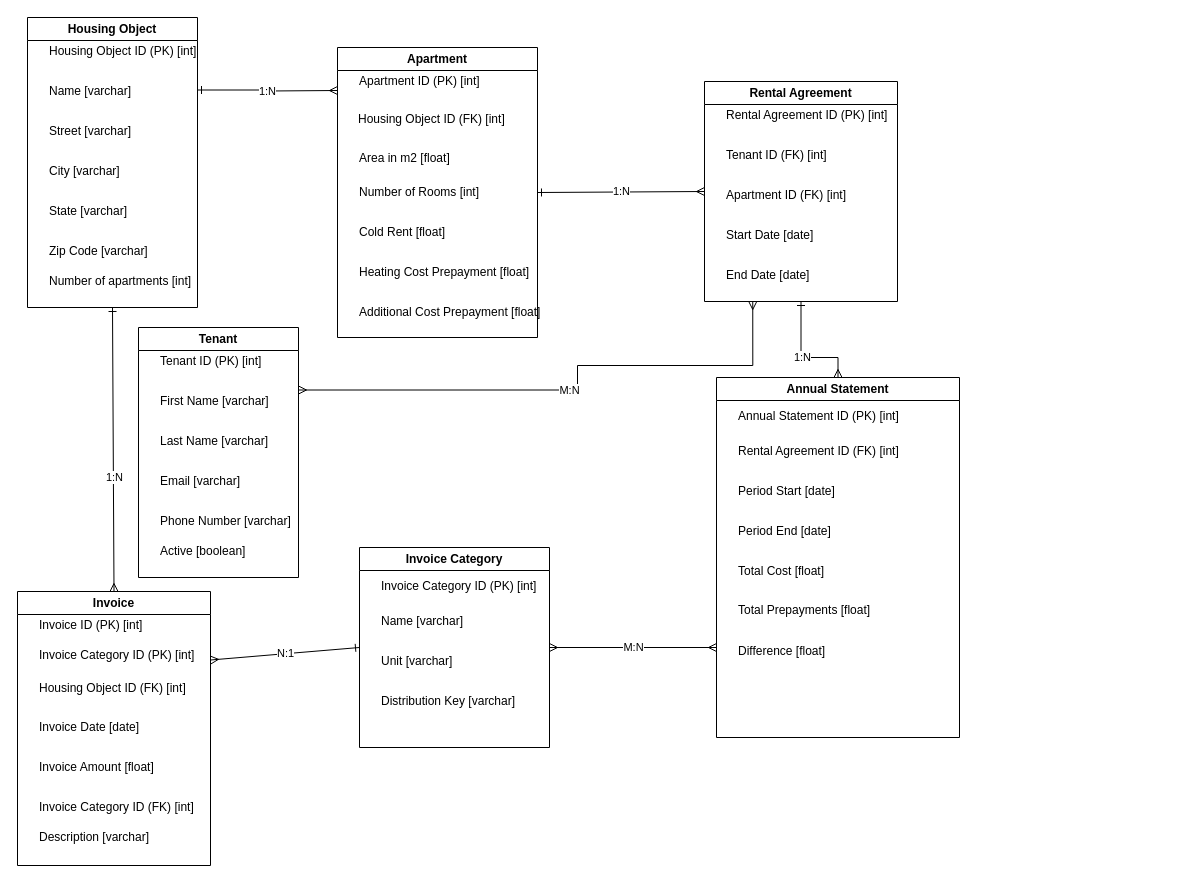
The draw.io diagram docs/ERM-Tenant-Management.drawio in Ainges/DPE-2024-Backend, before the edit. Source tidied: cells renumbered, new cells numbered last; positions are measured from the earlier drawing's top-left corner, leaving out a move shared by most shapes. Both pictures are drawn from the tidied source at 100%, with x=0, y=0 at pixel (17, 17).
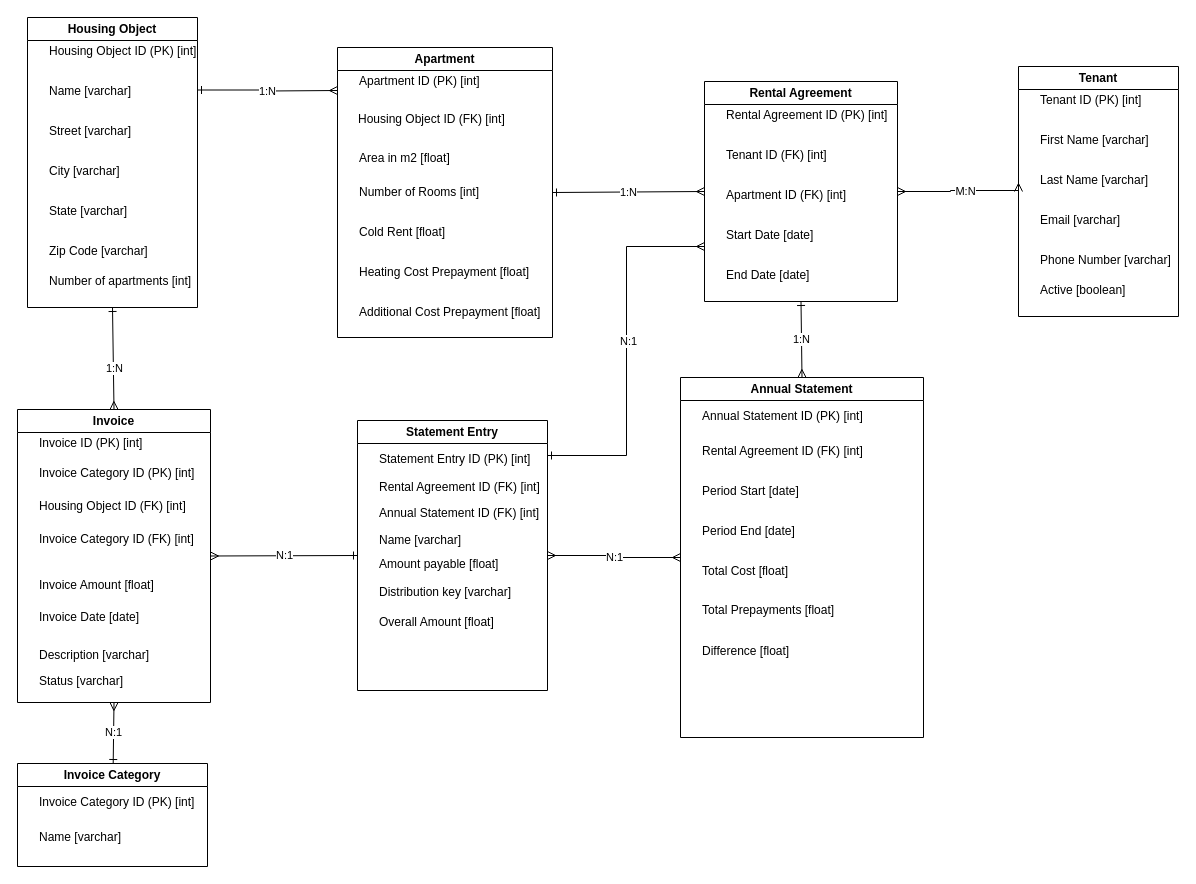
The same page after the edit.

Unchanged cells that the change refers to:
```xml
<mxCell id="25" value="Rental Agreement" style="swimlane;whiteSpace=wrap;html=1;" parent="1" vertex="1">
  <mxGeometry x="687" y="64" width="193" height="220" as="geometry" />
</mxCell>
```

Diff of the diagram source:
```diff
@@
     <mxCell id="2" value="Tenant" style="swimlane;whiteSpace=wrap;html=1;" parent="1" vertex="1">
-      <mxGeometry x="121" y="310" width="160" height="250" as="geometry" />
+      <mxGeometry x="1001" y="49" width="160" height="250" as="geometry" />
     </mxCell>
@@
     <mxCell id="17" value="Apartment" style="swimlane;whiteSpace=wrap;html=1;" parent="1" vertex="1">
-      <mxGeometry x="320" y="30" width="200" height="290" as="geometry" />
+      <mxGeometry x="320" y="30" width="215" height="290" as="geometry" />
     </mxCell>
@@
-    <mxCell id="31" value="N:1" style="edgeStyle=none;html=1;exitX=1;exitY=0.25;exitDx=0;exitDy=0;entryX=0;entryY=0.5;entryDx=0;entryDy=0;startArrow=ERmany;startFill=0;endArrow=ERone;endFill=0;" parent="1" edge="1" source="32" target="53">
+    <mxCell id="31" value="N:1" style="edgeStyle=none;html=1;exitX=1;exitY=0.5;exitDx=0;exitDy=0;entryX=0;entryY=0.5;entryDx=0;entryDy=0;startArrow=ERmany;startFill=0;endArrow=ERone;endFill=0;" parent="1" edge="1" source="32" target="53">
       <mxGeometry relative="1" as="geometry" />
     </mxCell>
     <mxCell id="32" value="Invoice" style="swimlane;whiteSpace=wrap;html=1;" parent="1" vertex="1">
-      <mxGeometry y="574" width="193" height="274" as="geometry" />
+      <mxGeometry y="392" width="193" height="293" as="geometry" />
     </mxCell>
@@
     <mxCell id="34" value="Invoice Date [date]" style="text;" parent="32" vertex="1">
-      <mxGeometry x="20" y="122" width="120" height="30" as="geometry" />
+      <mxGeometry x="20" y="194" width="120" height="30" as="geometry" />
     </mxCell>
@@
     <mxCell id="36" value="Invoice Category ID (FK) [int]" style="text;" parent="32" vertex="1">
-      <mxGeometry x="20" y="202" width="120" height="30" as="geometry" />
+      <mxGeometry x="20" y="116" width="120" height="30" as="geometry" />
     </mxCell>
@@
+    <mxCell id="60" value="Status [varchar]" style="text;" parent="32" vertex="1">
+      <mxGeometry x="20" y="258" width="120" height="30" as="geometry" />
+    </mxCell>
     <mxCell id="40" value="Annual Statement" style="swimlane;whiteSpace=wrap;html=1;" parent="1" vertex="1">
-      <mxGeometry x="699" y="360" width="243" height="360" as="geometry" />
+      <mxGeometry x="663" y="360" width="243" height="360" as="geometry" />
     </mxCell>
@@
-    <mxCell id="48" value="M:N" style="edgeStyle=orthogonalEdgeStyle;rounded=0;jettySize=auto;html=1;startArrow=ERmany;startFill=0;endArrow=ERmany;endFill=0;entryX=0.25;entryY=1;entryDx=0;entryDy=0;exitX=1;exitY=0.25;exitDx=0;exitDy=0;" parent="1" edge="1" source="2" target="25">
-      <mxGeometry relative="1" as="geometry">
+    <mxCell id="48" value="M:N" style="edgeStyle=orthogonalEdgeStyle;rounded=0;jettySize=auto;html=1;startArrow=ERmany;startFill=0;endArrow=ERmany;endFill=0;entryX=1;entryY=0.5;entryDx=0;entryDy=0;exitX=0;exitY=0.5;exitDx=0;exitDy=0;" parent="1" edge="1" source="2" target="25">
+      <mxGeometry x="-0.12" y="1" relative="1" as="geometry">
         <Array as="points">
-          <mxPoint x="560" y="373" />
-          <mxPoint x="560" y="348" />
-          <mxPoint x="735" y="348" />
+          <mxPoint x="1001" y="173" />
+          <mxPoint x="933" y="173" />
+          <mxPoint x="933" y="174" />
         </Array>
       </mxGeometry>
     </mxCell>
@@
     <mxCell id="50" value="1:N" style="edgeStyle=orthogonalEdgeStyle;rounded=0;jettySize=auto;html=1;exitX=0.5;exitY=1;exitDx=0;exitDy=0;startArrow=ERone;startFill=0;endArrow=ERmany;endFill=0;entryX=0.5;entryY=0;entryDx=0;entryDy=0;" parent="1" edge="1" source="25" target="40">
       <mxGeometry relative="1" as="geometry">
         <Array as="points">
-          <mxPoint x="784" y="340" />
-          <mxPoint x="820" y="340" />
+          <mxPoint x="784" y="360" />
         </Array>
       </mxGeometry>
     </mxCell>
@@
-    <mxCell id="52" value="M:N" style="edgeStyle=none;html=1;exitX=1;exitY=0.5;exitDx=0;exitDy=0;entryX=0;entryY=0.75;entryDx=0;entryDy=0;startArrow=ERmany;startFill=0;endArrow=ERmany;endFill=0;" parent="1" edge="1" source="53" target="40">
+    <mxCell id="52" value="N:1" style="edgeStyle=orthogonalEdgeStyle;html=1;exitX=1;exitY=0.5;exitDx=0;exitDy=0;entryX=0;entryY=0.5;entryDx=0;entryDy=0;startArrow=ERmany;startFill=0;endArrow=ERmany;endFill=0;rounded=0;" parent="1" edge="1" source="53" target="40">
       <mxGeometry relative="1" as="geometry" />
     </mxCell>
+    <mxCell id="61" style="edgeStyle=orthogonalEdgeStyle;html=1;entryX=0;entryY=0.75;entryDx=0;entryDy=0;startArrow=ERone;startFill=0;endArrow=ERmany;endFill=0;rounded=0;" parent="1" edge="1" source="53" target="25">
+      <mxGeometry relative="1" as="geometry">
+        <Array as="points">
+          <mxPoint x="609" y="438" />
+          <mxPoint x="609" y="229" />
+        </Array>
+      </mxGeometry>
+    </mxCell>
+    <mxCell id="62" value="N:1" style="edgeLabel;html=1;align=center;verticalAlign=middle;" parent="61" vertex="1">
+      <mxGeometry x="0.06" y="-1" relative="1" as="geometry" />
+    </mxCell>
-    <mxCell id="53" value="Invoice Category" style="swimlane;whiteSpace=wrap;html=1;" parent="1" vertex="1">
-      <mxGeometry x="342" y="530" width="190" height="200" as="geometry" />
+    <mxCell id="53" value="Statement Entry" style="swimlane;whiteSpace=wrap;html=1;" parent="1" vertex="1">
+      <mxGeometry x="340" y="403" width="190" height="270" as="geometry" />
     </mxCell>
-    <mxCell id="54" value="Invoice Category ID (PK) [int]" style="text;" parent="53" vertex="1">
+    <mxCell id="54" value="Statement Entry ID (PK) [int]" style="text;" parent="53" vertex="1">
       <mxGeometry x="20" y="25" width="120" height="30" as="geometry" />
     </mxCell>
     <mxCell id="55" value="Name [varchar]" style="text;" parent="53" vertex="1">
-      <mxGeometry x="20" y="60" width="120" height="30" as="geometry" />
+      <mxGeometry x="20" y="106" width="120" height="30" as="geometry" />
     </mxCell>
-    <mxCell id="56" value="Unit [varchar]" style="text;" parent="53" vertex="1">
-      <mxGeometry x="20" y="100" width="120" height="30" as="geometry" />
+    <mxCell id="56" value="Overall Amount [float]" style="text;" parent="53" vertex="1">
+      <mxGeometry x="20" y="188" width="120" height="30" as="geometry" />
     </mxCell>
-    <mxCell id="57" value="Distribution Key [varchar]" style="text;" parent="53" vertex="1">
-      <mxGeometry x="20" y="140" width="120" height="30" as="geometry" />
-    </mxCell>
+    <mxCell id="63" value="Rental Agreement ID (FK) [int]" style="text;" parent="53" vertex="1">
+      <mxGeometry x="20" y="53" width="120" height="30" as="geometry" />
+    </mxCell>
+    <mxCell id="64" value="Annual Statement ID (FK) [int]" style="text;" parent="53" vertex="1">
+      <mxGeometry x="20" y="79" width="120" height="30" as="geometry" />
+    </mxCell>
+    <mxCell id="65" value="Amount payable [float]" style="text;" parent="53" vertex="1">
+      <mxGeometry x="20" y="130" width="120" height="30" as="geometry" />
+    </mxCell>
+    <mxCell id="66" value="Distribution key [varchar]" style="text;" parent="53" vertex="1">
+      <mxGeometry x="20" y="158" width="120" height="30" as="geometry" />
+    </mxCell>
@@
+    <mxCell id="67" value="N:1" style="edgeStyle=none;html=1;entryX=0.5;entryY=1;entryDx=0;entryDy=0;endArrow=ERmany;endFill=0;startArrow=ERone;startFill=0;" parent="1" edge="1" source="68" target="32">
+      <mxGeometry relative="1" as="geometry" />
+    </mxCell>
+    <mxCell id="68" value="Invoice Category" style="swimlane;whiteSpace=wrap;html=1;" parent="1" vertex="1">
+      <mxGeometry y="746" width="190" height="103" as="geometry" />
+    </mxCell>
+    <mxCell id="69" value="Invoice Category ID (PK) [int]" style="text;" parent="68" vertex="1">
+      <mxGeometry x="20" y="25" width="120" height="30" as="geometry" />
+    </mxCell>
+    <mxCell id="70" value="Name [varchar]" style="text;" parent="68" vertex="1">
+      <mxGeometry x="20" y="60" width="120" height="30" as="geometry" />
+    </mxCell>
```
